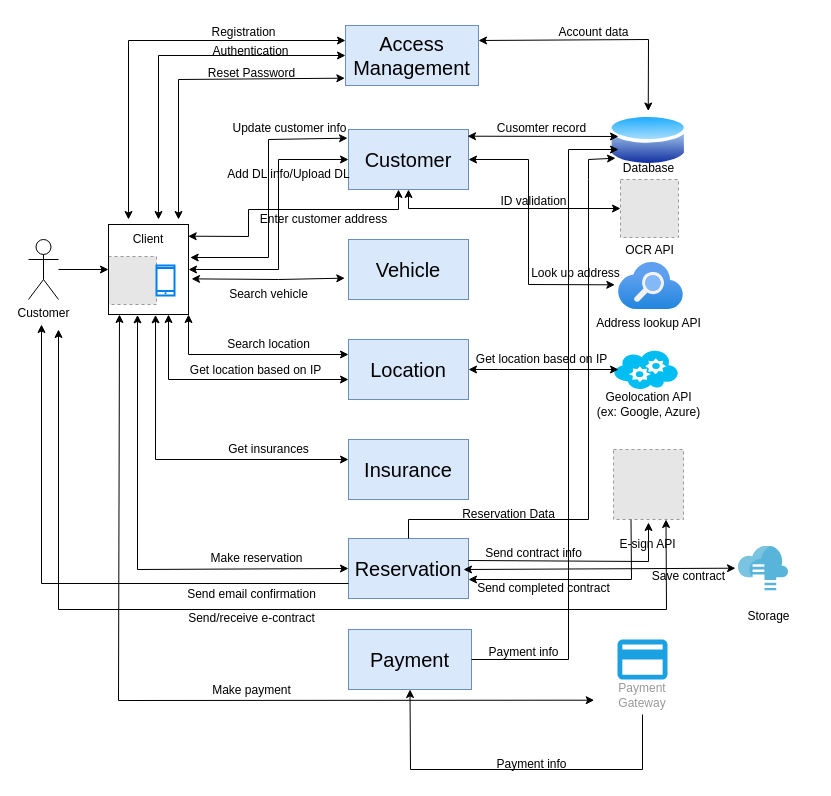
nguyenha1311/ha-diagrams keeps this draw.io diagram as page "Microservices diagram" (5 of 5) of OnlineCarReservaction.drawio. Above is the earlier version. Source tidied: cells renumbered, new cells numbered last; positions are measured from the earlier drawing's top-left corner, leaving out a move shared by most shapes. Both pictures are drawn from the tidied source at 100%, with x=0, y=0 at pixel (28, 17). Pictures stored in the file or linked from it are replaced by grey dashed boxes.
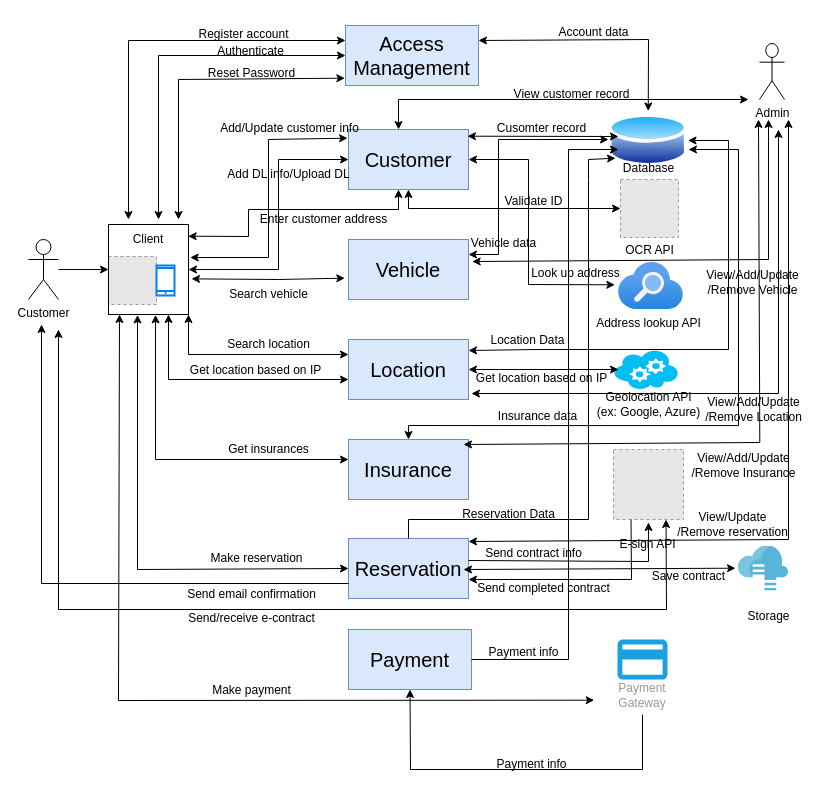
The same page after the edit.

Unchanged cells that the change refers to:
```xml
<mxCell id="7" value="&lt;font style=&quot;font-size: 20px;&quot;&gt;Vehicle&lt;/font&gt;" style="rounded=0;whiteSpace=wrap;html=1;fillColor=#dae8fc;strokeColor=#6c8ebf;" parent="1" vertex="1">
  <mxGeometry x="320" y="222" width="120" height="60" as="geometry" />
</mxCell>
<mxCell id="8" value="&lt;font style=&quot;font-size: 20px;&quot;&gt;Location&lt;/font&gt;" style="rounded=0;whiteSpace=wrap;html=1;fillColor=#dae8fc;strokeColor=#6c8ebf;" parent="1" vertex="1">
  <mxGeometry x="320" y="322" width="120" height="60" as="geometry" />
</mxCell>
<mxCell id="10" value="&lt;font style=&quot;font-size: 20px;&quot;&gt;Insurance&lt;/font&gt;" style="rounded=0;whiteSpace=wrap;html=1;fillColor=#dae8fc;strokeColor=#6c8ebf;" parent="1" vertex="1">
  <mxGeometry x="320" y="422" width="120" height="60" as="geometry" />
</mxCell>
<mxCell id="25" style="perimeter=ellipsePerimeter;html=1;align=center;shadow=0;dashed=0;spacingTop=3;image;image=img/lib/active_directory/database.svg;labelBackgroundColor=#FFFFFF;strokeColor=default;fillColor=none;" parent="1" vertex="1">
  <mxGeometry x="580" y="93.5" width="79.5" height="58.9" as="geometry" />
</mxCell>
```

The edit, as a diff of the source:
```diff
@@
-    <mxCell id="20" value="Authentication" style="text;html=1;align=center;verticalAlign=middle;strokeColor=none;fillColor=none;" parent="1" vertex="1">
-      <mxGeometry x="172" y="19" width="100" height="30" as="geometry" />
+    <mxCell id="20" value="Authenticate" style="text;html=1;align=center;verticalAlign=middle;strokeColor=none;fillColor=none;" parent="1" vertex="1">
+      <mxGeometry x="177" y="19" width="90" height="30" as="geometry" />
     </mxCell>
@@
-    <mxCell id="22" value="Registration" style="text;html=1;align=center;verticalAlign=middle;strokeColor=none;fillColor=none;" parent="1" vertex="1">
-      <mxGeometry x="170" width="90" height="30" as="geometry" />
+    <mxCell id="22" value="Register account" style="text;html=1;align=center;verticalAlign=middle;strokeColor=none;fillColor=none;" parent="1" vertex="1">
+      <mxGeometry x="160" y="2" width="110" height="30" as="geometry" />
     </mxCell>
@@
-    <mxCell id="29" value="Update customer info" style="text;html=1;align=center;verticalAlign=middle;strokeColor=none;fillColor=none;" parent="1" vertex="1">
-      <mxGeometry x="191" y="96" width="140" height="30" as="geometry" />
+    <mxCell id="29" value="Add/Update customer info" style="text;html=1;align=center;verticalAlign=middle;strokeColor=none;fillColor=none;" parent="1" vertex="1">
+      <mxGeometry x="181" y="96" width="160" height="30" as="geometry" />
     </mxCell>
@@
     <mxCell id="41" value="Get location based on IP" style="text;html=1;align=center;verticalAlign=middle;strokeColor=none;fillColor=none;" parent="1" vertex="1">
-      <mxGeometry x="438" y="327" width="150" height="30" as="geometry" />
+      <mxGeometry x="438" y="346" width="150" height="30" as="geometry" />
     </mxCell>
@@
-    <mxCell id="58" value="ID validation" style="text;html=1;align=center;verticalAlign=middle;strokeColor=none;fillColor=none;" parent="1" vertex="1">
-      <mxGeometry x="460" y="169" width="90" height="30" as="geometry" />
+    <mxCell id="58" value="Validate ID" style="text;html=1;align=center;verticalAlign=middle;strokeColor=none;fillColor=none;" parent="1" vertex="1">
+      <mxGeometry x="465" y="169" width="80" height="30" as="geometry" />
     </mxCell>
@@
+    <mxCell id="81" value="Admin" style="shape=umlActor;verticalLabelPosition=bottom;verticalAlign=top;html=1;labelBackgroundColor=#FFFFFF;strokeColor=default;fillColor=none;" parent="1" vertex="1">
+      <mxGeometry x="731" y="26" width="25" height="56" as="geometry" />
+    </mxCell>
+    <mxCell id="82" style="endArrow=classic;startArrow=classic;html=1;rounded=0;labelBackgroundColor=#FFCC99;elbow=vertical;" parent="1" edge="1">
+      <mxGeometry relative="1" as="geometry">
+        <mxPoint x="370" y="112" as="sourcePoint" />
+        <mxPoint x="720" y="82" as="targetPoint" />
+        <Array as="points">
+          <mxPoint x="370" y="82" />
+        </Array>
+      </mxGeometry>
+    </mxCell>
+    <mxCell id="83" value="View customer record" style="text;html=1;align=center;verticalAlign=middle;strokeColor=none;fillColor=none;" parent="1" vertex="1">
+      <mxGeometry x="473" y="62" width="140" height="30" as="geometry" />
+    </mxCell>
+    <mxCell id="84" style="endArrow=classic;startArrow=classic;html=1;rounded=0;labelBackgroundColor=#FFCC99;elbow=vertical;exitX=1.031;exitY=0.367;exitDx=0;exitDy=0;exitPerimeter=0;" parent="1" edge="1" source="7">
+      <mxGeometry relative="1" as="geometry">
+        <mxPoint x="740" y="102" as="targetPoint" />
+        <Array as="points">
+          <mxPoint x="740" y="242" />
+        </Array>
+      </mxGeometry>
+    </mxCell>
+    <mxCell id="85" value="View/Add/Update&lt;br&gt;/Remove Vehicle" style="text;html=1;align=center;verticalAlign=middle;strokeColor=none;fillColor=none;" parent="1" vertex="1">
+      <mxGeometry x="664" y="245" width="120" height="40" as="geometry" />
+    </mxCell>
+    <mxCell id="86" style="endArrow=classic;startArrow=classic;html=1;rounded=0;labelBackgroundColor=#FFCC99;elbow=vertical;exitX=1.031;exitY=0.367;exitDx=0;exitDy=0;exitPerimeter=0;" parent="1" edge="1">
+      <mxGeometry relative="1" as="geometry">
+        <mxPoint x="435" y="427" as="sourcePoint" />
+        <mxPoint x="730" y="102" as="targetPoint" />
+        <Array as="points">
+          <mxPoint x="731.3" y="425" />
+        </Array>
+      </mxGeometry>
+    </mxCell>
+    <mxCell id="87" value="View/Add/Update&lt;br&gt;/Remove Insurance" style="text;html=1;align=center;verticalAlign=middle;strokeColor=none;fillColor=none;" parent="1" vertex="1">
+      <mxGeometry x="650.3" y="428" width="130" height="40" as="geometry" />
+    </mxCell>
+    <mxCell id="88" style="endArrow=classic;startArrow=classic;html=1;rounded=0;labelBackgroundColor=#FFCC99;elbow=vertical;exitX=1.031;exitY=0.367;exitDx=0;exitDy=0;exitPerimeter=0;" parent="1" edge="1">
+      <mxGeometry relative="1" as="geometry">
+        <mxPoint x="440" y="524" as="sourcePoint" />
+        <mxPoint x="760" y="102" as="targetPoint" />
+        <Array as="points">
+          <mxPoint x="760" y="522" />
+        </Array>
+      </mxGeometry>
+    </mxCell>
+    <mxCell id="89" value="View/Update&lt;br&gt;/Remove reservation" style="text;html=1;align=center;verticalAlign=middle;strokeColor=none;fillColor=none;" parent="1" vertex="1">
+      <mxGeometry x="639.3" y="487" width="130" height="40" as="geometry" />
+    </mxCell>
+    <mxCell id="90" style="endArrow=classic;startArrow=classic;html=1;rounded=0;labelBackgroundColor=#FFCC99;elbow=vertical;exitX=1.025;exitY=0.9;exitDx=0;exitDy=0;exitPerimeter=0;" parent="1" edge="1" source="8">
+      <mxGeometry relative="1" as="geometry">
+        <mxPoint x="750" y="112" as="targetPoint" />
+        <Array as="points">
+          <mxPoint x="750" y="376" />
+        </Array>
+      </mxGeometry>
+    </mxCell>
+    <mxCell id="91" value="View/Add/Update&lt;br&gt;/Remove Location" style="text;html=1;align=center;verticalAlign=middle;strokeColor=none;fillColor=none;" parent="1" vertex="1">
+      <mxGeometry x="665.3" y="372" width="120" height="40" as="geometry" />
+    </mxCell>
+    <mxCell id="92" style="endArrow=classic;startArrow=classic;html=1;rounded=0;labelBackgroundColor=#FFCC99;elbow=vertical;exitX=1;exitY=0.25;exitDx=0;exitDy=0;" parent="1" edge="1" source="7">
+      <mxGeometry relative="1" as="geometry">
+        <mxPoint x="580" y="122" as="targetPoint" />
+        <Array as="points">
+          <mxPoint x="470" y="237" />
+          <mxPoint x="470" y="122" />
+        </Array>
+      </mxGeometry>
+    </mxCell>
+    <mxCell id="93" value="Vehicle data" style="text;html=1;align=center;verticalAlign=middle;strokeColor=none;fillColor=none;" parent="1" vertex="1">
+      <mxGeometry x="430" y="211" width="90" height="30" as="geometry" />
+    </mxCell>
+    <mxCell id="94" style="endArrow=classic;startArrow=classic;html=1;rounded=0;labelBackgroundColor=#FFCC99;elbow=vertical;exitX=1;exitY=0.25;exitDx=0;exitDy=0;entryX=1;entryY=0.5;entryDx=0;entryDy=0;" parent="1" edge="1" target="25">
+      <mxGeometry relative="1" as="geometry">
+        <mxPoint x="440" y="333" as="sourcePoint" />
+        <Array as="points">
+          <mxPoint x="510" y="332" />
+          <mxPoint x="700" y="332" />
+          <mxPoint x="700" y="123" />
+        </Array>
+      </mxGeometry>
+    </mxCell>
+    <mxCell id="95" value="Location Data" style="text;html=1;align=center;verticalAlign=middle;strokeColor=none;fillColor=none;" parent="1" vertex="1">
+      <mxGeometry x="449" y="308" width="100" height="30" as="geometry" />
+    </mxCell>
+    <mxCell id="96" style="endArrow=classic;startArrow=classic;html=1;rounded=0;labelBackgroundColor=#FFCC99;elbow=vertical;exitX=0.5;exitY=0;exitDx=0;exitDy=0;" parent="1" edge="1" source="10">
+      <mxGeometry relative="1" as="geometry">
+        <mxPoint x="660" y="132" as="targetPoint" />
+        <Array as="points">
+          <mxPoint x="380" y="408" />
+          <mxPoint x="520" y="408.1" />
+          <mxPoint x="710" y="408.1" />
+          <mxPoint x="710" y="132" />
+        </Array>
+      </mxGeometry>
+    </mxCell>
+    <mxCell id="97" value="Insurance data" style="text;html=1;align=center;verticalAlign=middle;strokeColor=none;fillColor=none;" parent="1" vertex="1">
+      <mxGeometry x="459" y="384.1" width="100" height="30" as="geometry" />
+    </mxCell>
```
